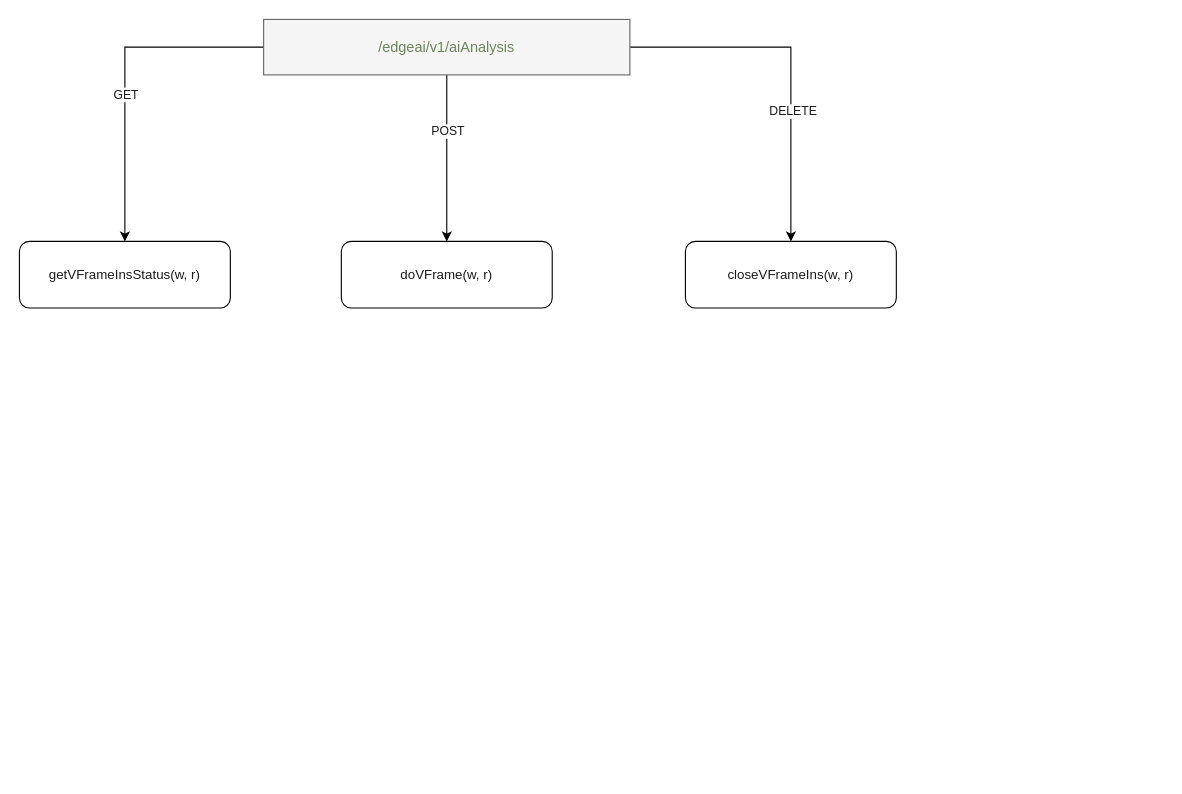
lingpengzhou/diagrams.io keeps this draw.io diagram as Vss Analysis Diagram.drawio. Above is the earlier version. Source tidied: cells renumbered, new cells numbered last; positions are measured from the earlier drawing's top-left corner, leaving out a move shared by most shapes. Both pictures are drawn from the tidied source at 111%, with x=0, y=0 at pixel (19, 19).
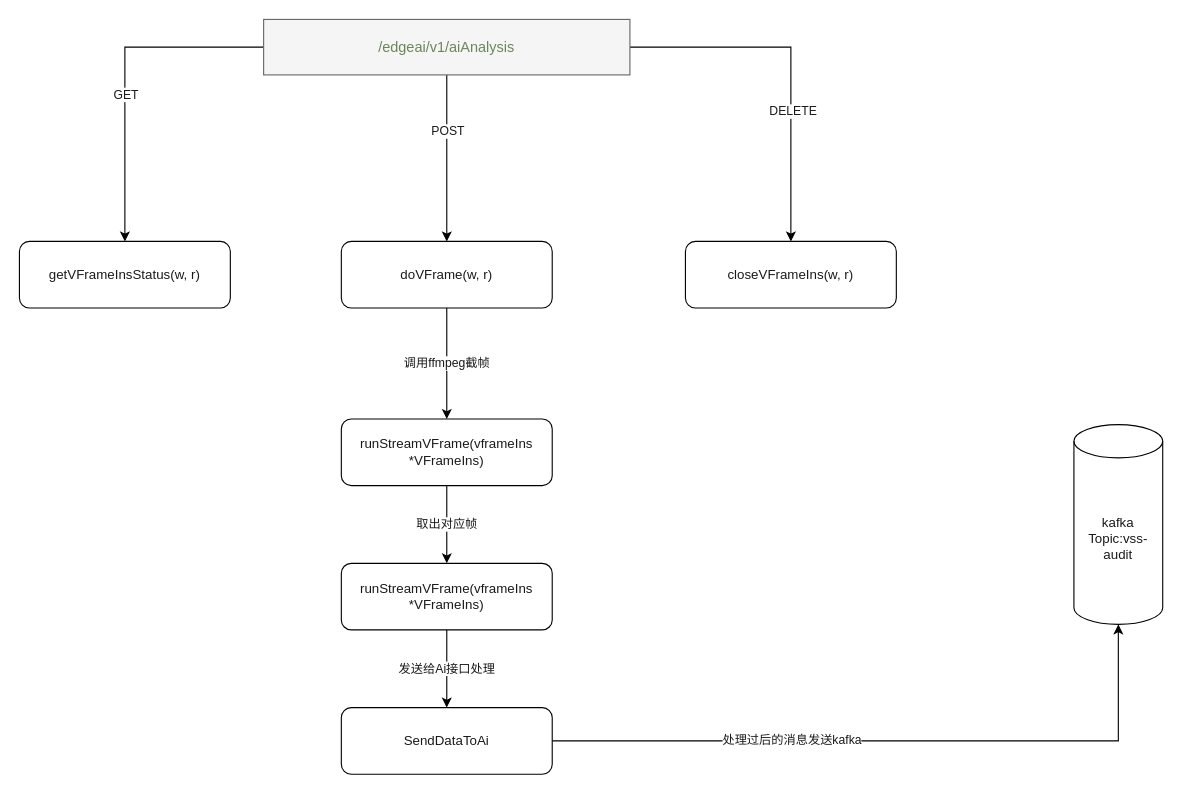
Above is the later version.

Unchanged cells that the change refers to:
```xml
<mxCell id="10" value="&lt;font color=&quot;#1a1a1a&quot;&gt;doVFrame(w, r)&lt;/font&gt;" style="rounded=1;whiteSpace=wrap;html=1;fontColor=#FFFFFF;" parent="1" vertex="1">
  <mxGeometry x="290" y="200" width="190" height="60" as="geometry" />
</mxCell>
```

Change to the diagram source:
```diff
@@
-<mxGraphModel>
+<mxGraphModel background="#FFFFFF">
@@
+    <mxCell id="12" value="调用ffmpeg截帧" style="edgeStyle=orthogonalEdgeStyle;rounded=0;jettySize=auto;html=1;exitX=0.5;exitY=1;exitDx=0;exitDy=0;entryX=0.5;entryY=0;entryDx=0;entryDy=0;fontColor=#1A1A1A;" parent="1" edge="1" source="10" target="14">
+      <mxGeometry relative="1" as="geometry">
+        <Array as="points">
+          <mxPoint x="385" y="310" />
+          <mxPoint x="385" y="310" />
+        </Array>
+      </mxGeometry>
+    </mxCell>
@@
+    <mxCell id="13" value="取出对应帧" style="edgeStyle=orthogonalEdgeStyle;rounded=0;jettySize=auto;html=1;exitX=0.5;exitY=1;exitDx=0;exitDy=0;entryX=0.5;entryY=0;entryDx=0;entryDy=0;fontColor=#1A1A1A;" parent="1" edge="1" source="14" target="16">
+      <mxGeometry relative="1" as="geometry" />
+    </mxCell>
+    <mxCell id="14" value="&lt;font color=&quot;#1a1a1a&quot;&gt;runStreamVFrame(vframeIns *VFrameIns)&lt;/font&gt;" style="rounded=1;whiteSpace=wrap;html=1;fontColor=#FFFFFF;" parent="1" vertex="1">
+      <mxGeometry x="290" y="360" width="190" height="60" as="geometry" />
+    </mxCell>
+    <mxCell id="15" value="发送给Ai接口处理" style="edgeStyle=orthogonalEdgeStyle;rounded=0;jettySize=auto;html=1;exitX=0.5;exitY=1;exitDx=0;exitDy=0;entryX=0.5;entryY=0;entryDx=0;entryDy=0;fontColor=#1A1A1A;" parent="1" edge="1" source="16" target="19">
+      <mxGeometry relative="1" as="geometry" />
+    </mxCell>
+    <mxCell id="16" value="&lt;font color=&quot;#1a1a1a&quot;&gt;runStreamVFrame(vframeIns *VFrameIns)&lt;/font&gt;" style="rounded=1;whiteSpace=wrap;html=1;fontColor=#FFFFFF;" parent="1" vertex="1">
+      <mxGeometry x="290" y="490" width="190" height="60" as="geometry" />
+    </mxCell>
+    <mxCell id="17" style="edgeStyle=orthogonalEdgeStyle;rounded=0;jettySize=auto;html=1;fontColor=#1A1A1A;entryX=0.5;entryY=1;entryDx=0;entryDy=0;entryPerimeter=0;" parent="1" edge="1" source="19" target="20">
+      <mxGeometry relative="1" as="geometry" />
+    </mxCell>
+    <mxCell id="18" value="处理过后的消息发送kafka" style="edgeLabel;html=1;align=center;verticalAlign=middle;fontColor=#1A1A1A;" parent="17" vertex="1">
+      <mxGeometry x="-0.3" y="2" relative="1" as="geometry" />
+    </mxCell>
+    <mxCell id="19" value="&lt;font color=&quot;#1a1a1a&quot;&gt;SendDataToAi&lt;/font&gt;" style="rounded=1;whiteSpace=wrap;html=1;fontColor=#FFFFFF;" parent="1" vertex="1">
+      <mxGeometry x="290" y="620" width="190" height="60" as="geometry" />
+    </mxCell>
+    <mxCell id="20" value="kafka&lt;br&gt;Topic:vss-audit" style="shape=cylinder3;whiteSpace=wrap;html=1;boundedLbl=1;backgroundOutline=1;size=15;fontColor=#1A1A1A;" parent="1" vertex="1">
+      <mxGeometry x="950" y="365" width="80" height="180" as="geometry" />
+    </mxCell>
```
